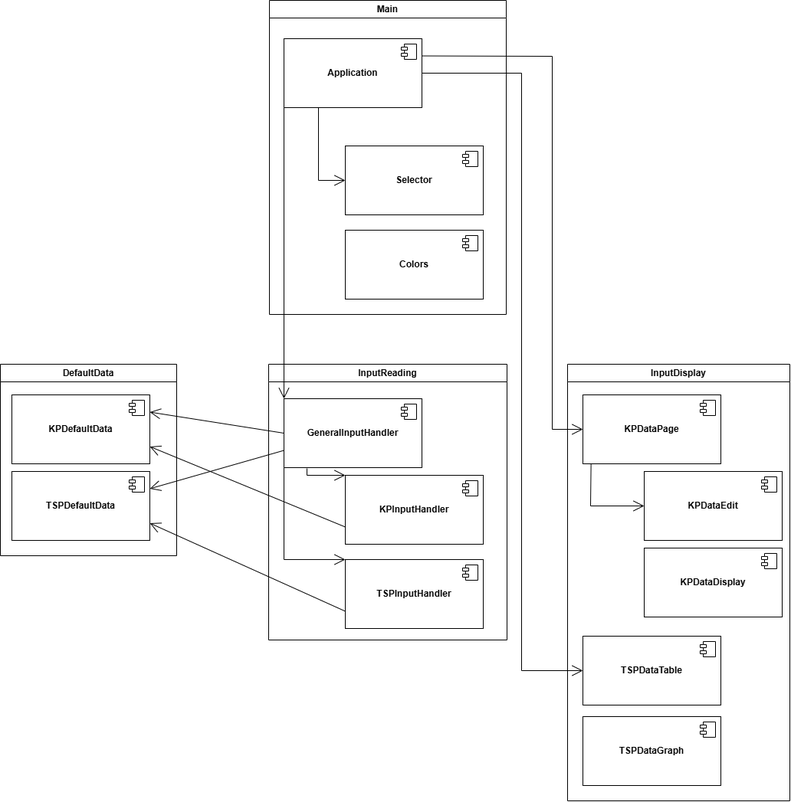
Earlier version of the draw.io export BP.png (marek311/heuristics). Source tidied: cells renumbered, new cells last; positions are measured from the earlier drawing's top-left corner, leaving out a move shared by most shapes.
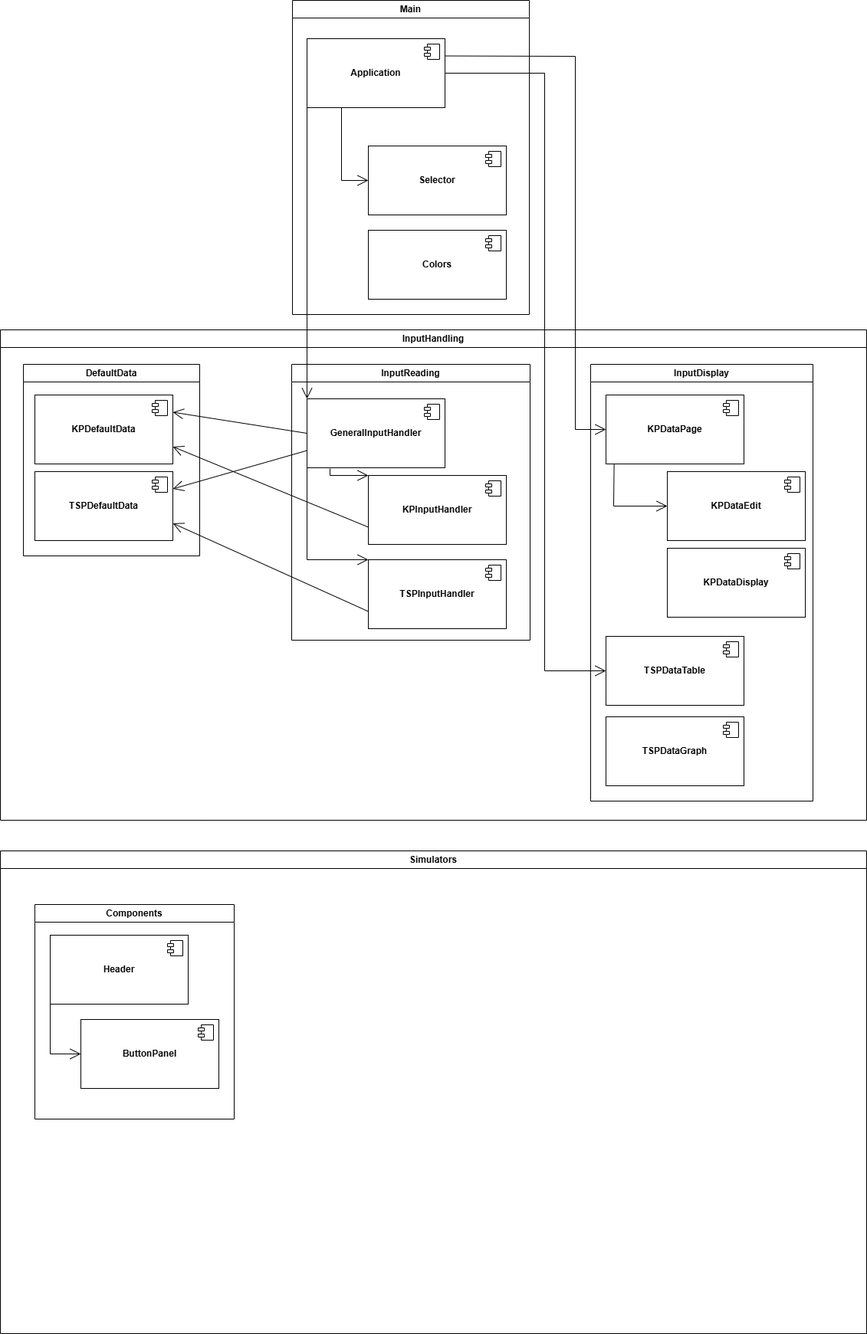
After the commit.

The edit, as a diff of the source:
```diff
@@ -2,6 +2,9 @@
   <root>
     <mxCell id="0" />
     <mxCell id="1" parent="0" />
+    <mxCell id="43" value="InputHandling" style="swimlane;whiteSpace=wrap;html=1;" parent="1" vertex="1">
+      <mxGeometry x="-30" y="430" width="1130" height="640" as="geometry" />
+    </mxCell>
     <mxCell id="2" value="Defa&lt;span style=&quot;background-color: transparent; color: light-dark(rgb(0, 0, 0), rgb(255, 255, 255));&quot;&gt;ultData&lt;/span&gt;" style="swimlane;whiteSpace=wrap;html=1;" parent="1" vertex="1">
       <mxGeometry y="475" width="230" height="250" as="geometry" />
     </mxCell>
@@ -179,5 +182,34 @@
         </Array>
       </mxGeometry>
     </mxCell>
+    <mxCell id="44" value="Simulators" style="swimlane;whiteSpace=wrap;html=1;" parent="1" vertex="1">
+      <mxGeometry x="-30" y="1110" width="1130" height="630" as="geometry" />
+    </mxCell>
+    <mxCell id="45" value="Components" style="swimlane;whiteSpace=wrap;html=1;" parent="44" vertex="1">
+      <mxGeometry x="45" y="70" width="260" height="280" as="geometry" />
+    </mxCell>
+    <mxCell id="46" value="&lt;b&gt;Header&lt;/b&gt;" style="html=1;whiteSpace=wrap;" parent="45" vertex="1">
+      <mxGeometry x="20" y="40" width="180" height="90" as="geometry" />
+    </mxCell>
+    <mxCell id="47" style="shape=module;jettyWidth=8;jettyHeight=4;" parent="46" vertex="1">
+      <mxGeometry x="1" width="20" height="20" relative="1" as="geometry">
+        <mxPoint x="-27" y="7" as="offset" />
+      </mxGeometry>
+    </mxCell>
+    <mxCell id="48" value="&lt;b&gt;ButtonPanel&lt;/b&gt;" style="html=1;whiteSpace=wrap;" parent="45" vertex="1">
+      <mxGeometry x="60" y="150" width="180" height="90" as="geometry" />
+    </mxCell>
+    <mxCell id="49" style="shape=module;jettyWidth=8;jettyHeight=4;" parent="48" vertex="1">
+      <mxGeometry x="1" width="20" height="20" relative="1" as="geometry">
+        <mxPoint x="-27" y="7" as="offset" />
+      </mxGeometry>
+    </mxCell>
+    <mxCell id="50" style="endArrow=open;endFill=1;endSize=12;html=1;rounded=0;exitX=0;exitY=1;exitDx=0;exitDy=0;entryX=0;entryY=0.5;entryDx=0;entryDy=0;" parent="45" edge="1" source="46" target="48">
+      <mxGeometry relative="1" as="geometry">
+        <Array as="points">
+          <mxPoint x="20" y="195" />
+        </Array>
+      </mxGeometry>
+    </mxCell>
   </root>
 </mxGraphModel>
```
